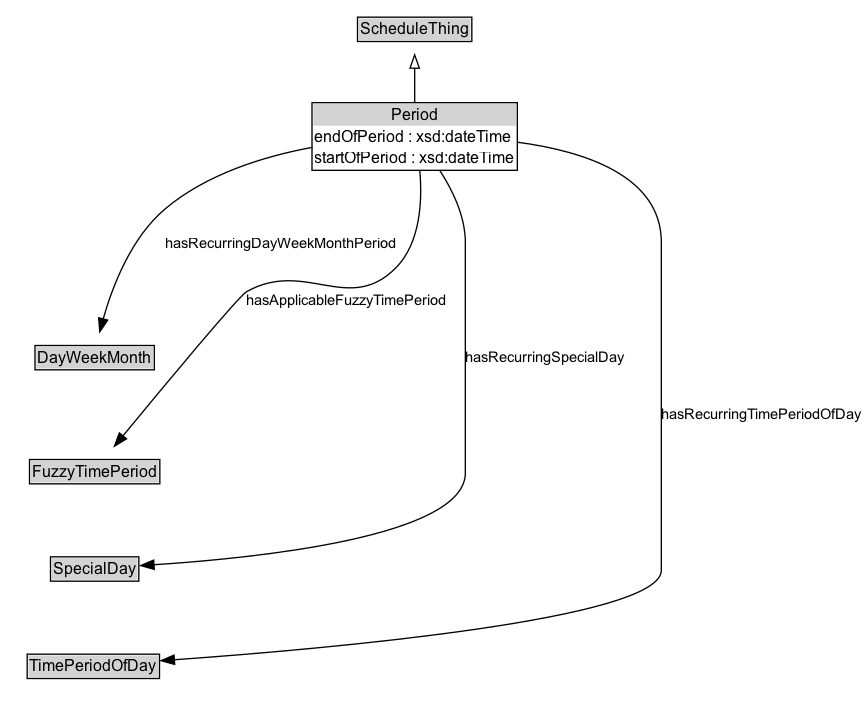
Earlier version of the Graphviz export docs/diagrams/Period.dot.png (k-vaughn/ontology-its-time). Its source is kept beside it as docs/diagrams/Period.dot.
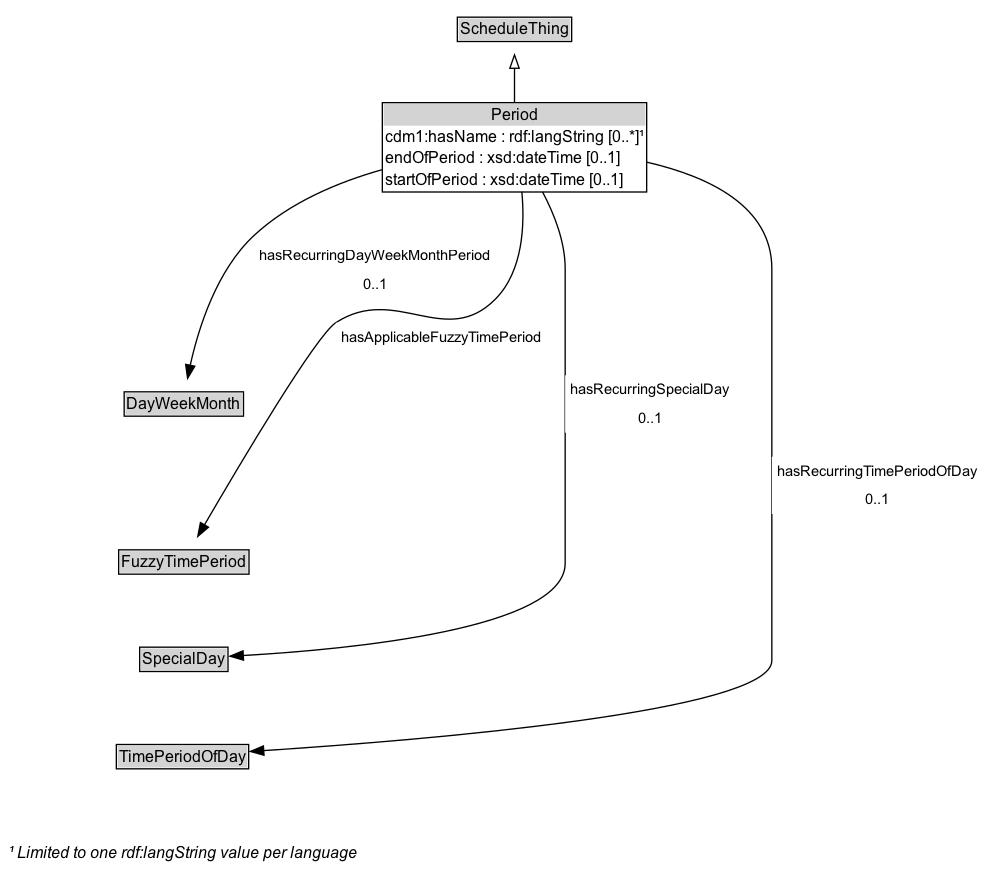
After the commit.

Change to the diagram source:
```diff
@@ -6,7 +6,7 @@
 		rank=source
 		ScheduleThing [label=<<TABLE BORDER="1" CELLBORDER="0" CELLSPACING="0" CELLPADDING="1"><TR><TD BGCOLOR="lightgray" ALIGN="CENTER">ScheduleThing</TD></TR></TABLE>> URL="../ScheduleThing" margin=0]
 	}
-	Period [label=<<TABLE BORDER="1" CELLBORDER="0" CELLSPACING="0" CELLPADDING="1"><TR><TD BGCOLOR="lightgray" ALIGN="CENTER">Period</TD></TR><TR><TD ALIGN="LEFT">endOfPeriod : xsd:dateTime</TD></TR><TR><TD ALIGN="LEFT">startOfPeriod : xsd:dateTime</TD></TR></TABLE>> URL="../Period" margin=0]
+	Period [label=<<TABLE BORDER="1" CELLBORDER="0" CELLSPACING="0" CELLPADDING="1"><TR><TD BGCOLOR="lightgray" ALIGN="CENTER">Period</TD></TR><TR><TD ALIGN="LEFT">cdm1:hasName : rdf:langString [0..*]¹</TD></TR><TR><TD ALIGN="LEFT">endOfPeriod : xsd:dateTime [0..1]</TD></TR><TR><TD ALIGN="LEFT">startOfPeriod : xsd:dateTime [0..1]</TD></TR></TABLE>> URL="../Period" margin=0]
 	{
 		rank=max
 	}
@@ -25,11 +25,13 @@
 	FuzzyTimePeriod -> SpecialDay [style=invis]
 	SpecialDay -> TimePeriodOfDay [style=invis]
 	DayWeekMonth [label=<<TABLE BORDER="1" CELLBORDER="0" CELLSPACING="0" CELLPADDING="1"><TR><TD BGCOLOR="lightgray" ALIGN="CENTER">DayWeekMonth</TD></TR></TABLE>> URL="../DayWeekMonth" margin=0]
-	Period -> DayWeekMonth [label=hasRecurringDayWeekMonthPeriod arrowhead=normal style=solid]
+	Period -> DayWeekMonth [label=<<TABLE BORDER="0" CELLBORDER="0" CELLSPACING="0" CELLPADDING="4" BGCOLOR="white"><TR><TD ALIGN="CENTER">hasRecurringDayWeekMonthPeriod</TD></TR><TR><TD ALIGN="CENTER">0..1</TD></TR></TABLE>> arrowhead=normal style=solid]
 	SpecialDay [label=<<TABLE BORDER="1" CELLBORDER="0" CELLSPACING="0" CELLPADDING="1"><TR><TD BGCOLOR="lightgray" ALIGN="CENTER">SpecialDay</TD></TR></TABLE>> URL="../SpecialDay" margin=0]
-	Period -> SpecialDay [label=hasRecurringSpecialDay arrowhead=normal style=solid]
+	Period -> SpecialDay [label=<<TABLE BORDER="0" CELLBORDER="0" CELLSPACING="0" CELLPADDING="4" BGCOLOR="white"><TR><TD ALIGN="CENTER">hasRecurringSpecialDay</TD></TR><TR><TD ALIGN="CENTER">0..1</TD></TR></TABLE>> arrowhead=normal style=solid]
 	TimePeriodOfDay [label=<<TABLE BORDER="1" CELLBORDER="0" CELLSPACING="0" CELLPADDING="1"><TR><TD BGCOLOR="lightgray" ALIGN="CENTER">TimePeriodOfDay</TD></TR></TABLE>> URL="../TimePeriodOfDay" margin=0]
-	Period -> TimePeriodOfDay [label=hasRecurringTimePeriodOfDay arrowhead=normal style=solid]
+	Period -> TimePeriodOfDay [label=<<TABLE BORDER="0" CELLBORDER="0" CELLSPACING="0" CELLPADDING="4" BGCOLOR="white"><TR><TD ALIGN="CENTER">hasRecurringTimePeriodOfDay</TD></TR><TR><TD ALIGN="CENTER">0..1</TD></TR></TABLE>> arrowhead=normal style=solid]
 	FuzzyTimePeriod [label=<<TABLE BORDER="1" CELLBORDER="0" CELLSPACING="0" CELLPADDING="1"><TR><TD BGCOLOR="lightgray" ALIGN="CENTER">FuzzyTimePeriod</TD></TR></TABLE>> URL="../FuzzyTimePeriod" margin=0]
-	Period -> FuzzyTimePeriod [label=hasApplicableFuzzyTimePeriod arrowhead=normal style=solid]
+	Period -> FuzzyTimePeriod [label=<<TABLE BORDER="0" CELLBORDER="0" CELLSPACING="0" CELLPADDING="4" BGCOLOR="white"><TR><TD ALIGN="CENTER">hasApplicableFuzzyTimePeriod</TD></TR></TABLE>> arrowhead=normal style=solid]
+	Period_uniqueLang_note [label=<<TABLE BORDER="0" CELLBORDER="0" CELLSPACING="0" CELLPADDING="2"><TR><TD ALIGN="LEFT"><I>¹ Limited to one rdf:langString value per language</I></TD></TR></TABLE>> margin=0]
+	TimePeriodOfDay -> Period_uniqueLang_note [style=invis]
 }
```
